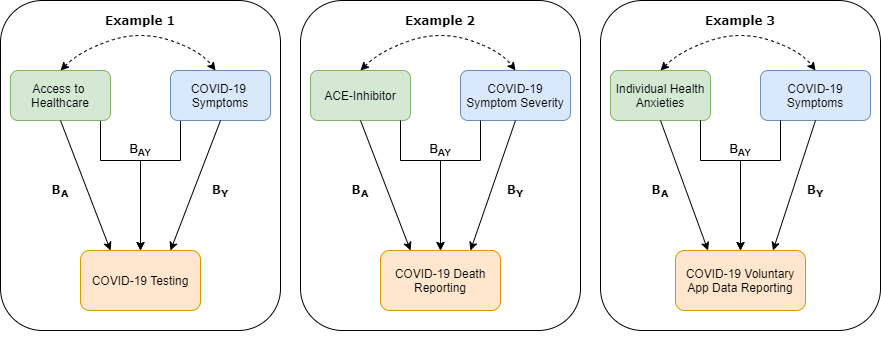
Above: www/COVID Colliders.png in Zimbabwelsh/AscRtainShiny (draw.io), before the change. Source tidied: cells renumbered, new cells last; positions are measured from the earlier drawing's top-left corner, leaving out a move shared by most shapes.
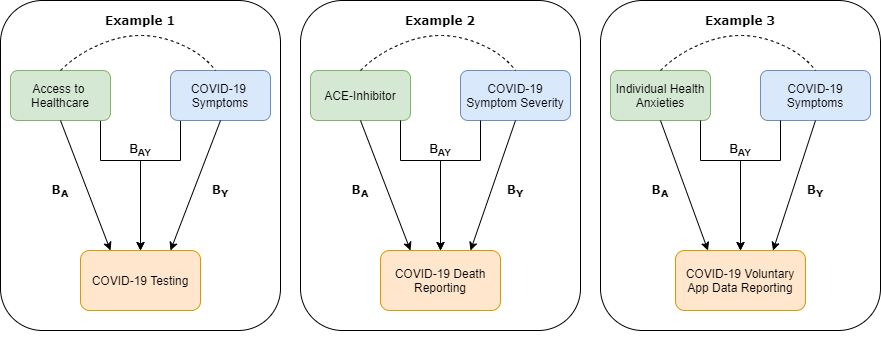
The same file after the commit.

The edit, as a diff of the source:
```diff
@@ -79,7 +79,7 @@
     <mxCell id="22" style="edgeStyle=orthogonalEdgeStyle;rounded=0;orthogonalLoop=1;jettySize=auto;html=1;exitX=0.5;exitY=1;exitDx=0;exitDy=0;" parent="1" edge="1" source="3" target="3">
       <mxGeometry relative="1" as="geometry" />
     </mxCell>
-    <mxCell id="23" style="curved=1;endArrow=classic;html=1;exitX=0.5;exitY=0;exitDx=0;exitDy=0;entryX=0.5;entryY=0;entryDx=0;entryDy=0;dashed=1;strokeColor=#000000;startArrow=classic;startFill=1;" parent="1" edge="1" source="14" target="13">
+    <mxCell id="23" style="curved=1;endArrow=none;html=1;exitX=0.5;exitY=0;exitDx=0;exitDy=0;entryX=0.5;entryY=0;entryDx=0;entryDy=0;dashed=1;strokeColor=#000000;startArrow=none;startFill=0;endFill=0;" parent="1" edge="1" source="14" target="13">
       <mxGeometry relative="1" as="geometry">
         <Array as="points">
           <mxPoint x="380" y="50" />
@@ -88,7 +88,7 @@
         </Array>
       </mxGeometry>
     </mxCell>
-    <mxCell id="24" style="curved=1;endArrow=classic;html=1;exitX=0.5;exitY=0;exitDx=0;exitDy=0;entryX=0.5;entryY=0;entryDx=0;entryDy=0;dashed=1;strokeColor=#000000;startArrow=classic;startFill=1;" parent="1" edge="1">
+    <mxCell id="24" style="curved=1;endArrow=none;html=1;exitX=0.5;exitY=0;exitDx=0;exitDy=0;entryX=0.5;entryY=0;entryDx=0;entryDy=0;dashed=1;strokeColor=#000000;startArrow=none;startFill=0;endFill=0;" parent="1" edge="1">
       <mxGeometry relative="1" as="geometry">
         <mxPoint x="60" y="70" as="sourcePoint" />
         <mxPoint x="215" y="70" as="targetPoint" />
@@ -126,7 +126,7 @@
     <mxCell id="33" value="Example 3" style="text;html=1;strokeColor=none;fillColor=none;align=center;verticalAlign=middle;whiteSpace=wrap;rounded=0;fontFamily=Verdana;fontStyle=1;" parent="1" vertex="1">
       <mxGeometry x="700" y="10" width="80" height="20" as="geometry" />
     </mxCell>
-    <mxCell id="34" style="curved=1;endArrow=classic;html=1;exitX=0.5;exitY=0;exitDx=0;exitDy=0;entryX=0.5;entryY=0;entryDx=0;entryDy=0;dashed=1;strokeColor=#000000;startArrow=classic;startFill=1;" parent="1" edge="1" source="27" target="26">
+    <mxCell id="34" style="curved=1;endArrow=none;html=1;exitX=0.5;exitY=0;exitDx=0;exitDy=0;entryX=0.5;entryY=0;entryDx=0;entryDy=0;dashed=1;strokeColor=#000000;startArrow=none;startFill=0;endFill=0;" parent="1" edge="1" source="27" target="26">
       <mxGeometry relative="1" as="geometry">
         <Array as="points">
           <mxPoint x="680" y="50" />
```
